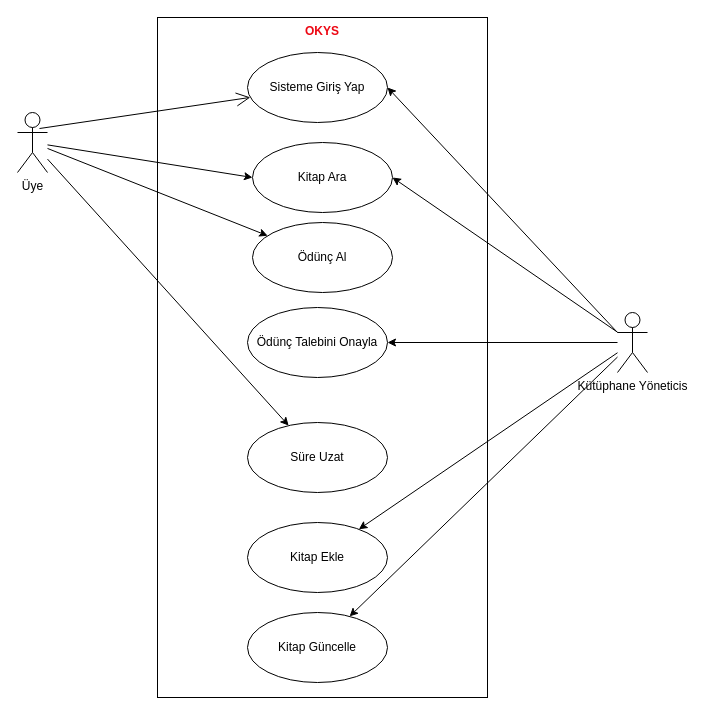
Earlier version of the draw.io diagram page "UseCase" (2 of 2) of okys/doc/OKYS-Design.drawio (tdursun/oop2026). Source tidied: cells renumbered, new cells numbered last; positions are measured from the earlier drawing's top-left corner, leaving out a move shared by most shapes. Both pictures are drawn from the tidied source at 100%, with x=0, y=0 at pixel (17, 17).
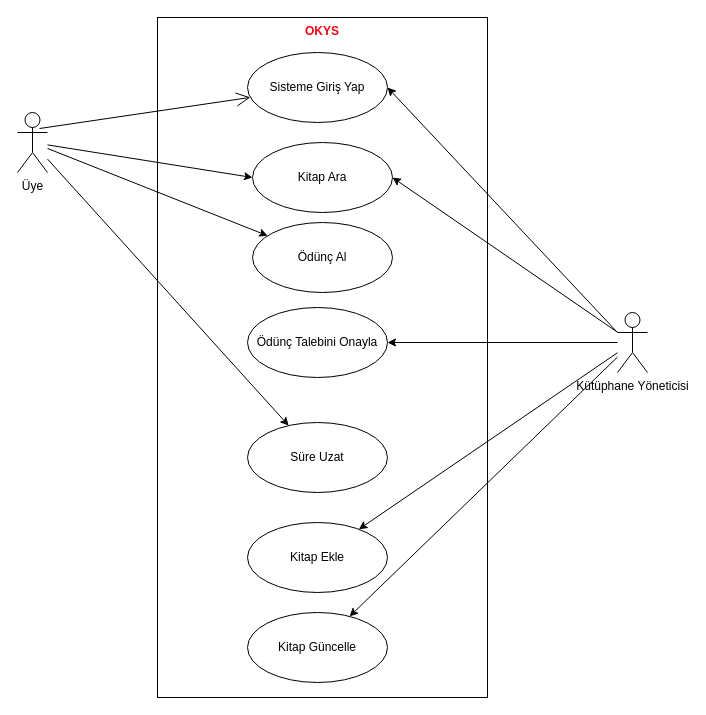
The same diagram, later.

Diff of the diagram source:
```diff
@@
-    <mxCell id="14" value="Kütüphane Yöneticis" style="shape=umlActor;verticalLabelPosition=bottom;verticalAlign=top;html=1;outlineConnect=0;" parent="1" vertex="1">
+    <mxCell id="14" value="Kütüphane Yöneticisi" style="shape=umlActor;verticalLabelPosition=bottom;verticalAlign=top;html=1;outlineConnect=0;" parent="1" vertex="1">
       <mxGeometry x="600" y="295" width="30" height="60" as="geometry" />
     </mxCell>
```
